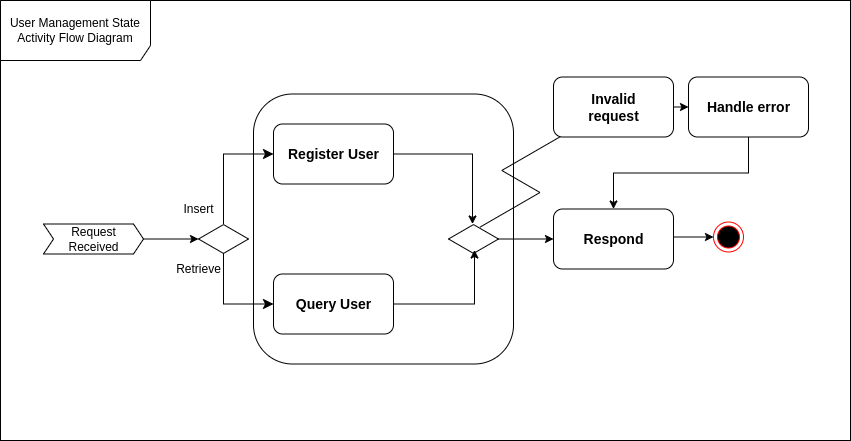
This is Assets/M3/UserManage_AFD.drawio.png from uvic-teach/project-m1-team9, a draw.io export, as it was before one commit. Source tidied: cells renumbered, new cells last; positions are measured from the earlier drawing's top-left corner, leaving out a move shared by most shapes. Source of this version:
```xml
<mxGraphModel>
  <root>
    <mxCell id="0" />
    <mxCell id="1" parent="0" />
    <mxCell id="2" style="rounded=0;whiteSpace=wrap;html=1;" parent="1" vertex="1">
      <mxGeometry width="850" height="440" as="geometry" />
    </mxCell>
    <mxCell id="3" style="rounded=1;whiteSpace=wrap;html=1;" parent="1" vertex="1">
      <mxGeometry x="253" y="93.5" width="260" height="270" as="geometry" />
    </mxCell>
    <mxCell id="4" value="Request&lt;br&gt;Received" style="html=1;shadow=0;dashed=0;align=center;verticalAlign=middle;shape=mxgraph.arrows2.arrow;dy=0;dx=10;notch=10;" parent="1" vertex="1">
      <mxGeometry x="43" y="223.5" width="100" height="30" as="geometry" />
    </mxCell>
    <mxCell id="5" style="html=1;whiteSpace=wrap;shape=isoRectangle;" parent="1" vertex="1">
      <mxGeometry x="198" y="223.5" width="50" height="30" as="geometry" />
    </mxCell>
    <mxCell id="6" style="edgeStyle=orthogonalEdgeStyle;rounded=0;jettySize=auto;html=1;exitX=1;exitY=0.5;exitDx=0;exitDy=0;exitPerimeter=0;" parent="1" edge="1" source="4" target="5">
      <mxGeometry relative="1" as="geometry" />
    </mxCell>
    <mxCell id="7" style="rounded=1;whiteSpace=wrap;html=1;" parent="1" vertex="1">
      <mxGeometry x="273" y="123.5" width="120" height="60" as="geometry" />
    </mxCell>
    <mxCell id="8" value="&lt;font style=&quot;font-size: 14px;&quot;&gt;Register User&lt;/font&gt;" style="text;align=center;fontStyle=1;verticalAlign=middle;spacingLeft=3;spacingRight=3;strokeColor=none;html=1;" parent="1" vertex="1">
      <mxGeometry x="293" y="140.5" width="80" height="26" as="geometry" />
    </mxCell>
    <mxCell id="9" style="edgeStyle=segmentEdgeStyle;endArrow=classic;html=1;curved=0;rounded=0;endSize=8;startSize=8;entryX=0;entryY=0.5;entryDx=0;entryDy=0;" parent="1" edge="1" target="7">
      <mxGeometry relative="1" as="geometry">
        <mxPoint x="223" y="223.5" as="sourcePoint" />
        <Array as="points">
          <mxPoint x="223" y="153.5" />
        </Array>
      </mxGeometry>
    </mxCell>
    <mxCell id="10" value="Insert" style="text;html=1;align=center;verticalAlign=middle;strokeColor=none;fillColor=none;" parent="1" vertex="1">
      <mxGeometry x="173" y="193.5" width="50" height="30" as="geometry" />
    </mxCell>
    <mxCell id="11" style="rounded=1;whiteSpace=wrap;html=1;" parent="1" vertex="1">
      <mxGeometry x="273" y="273.5" width="120" height="60" as="geometry" />
    </mxCell>
    <mxCell id="12" value="&lt;font style=&quot;font-size: 14px;&quot;&gt;Query User&lt;/font&gt;" style="text;align=center;fontStyle=1;verticalAlign=middle;spacingLeft=3;spacingRight=3;strokeColor=none;html=1;" parent="1" vertex="1">
      <mxGeometry x="293" y="290.5" width="80" height="26" as="geometry" />
    </mxCell>
    <mxCell id="13" style="edgeStyle=segmentEdgeStyle;endArrow=classic;html=1;curved=0;rounded=0;endSize=8;startSize=8;" parent="1" edge="1">
      <mxGeometry relative="1" as="geometry">
        <mxPoint x="223" y="253.5" as="sourcePoint" />
        <mxPoint x="273" y="303.5" as="targetPoint" />
        <Array as="points">
          <mxPoint x="223" y="252.5" />
          <mxPoint x="223" y="303.5" />
        </Array>
      </mxGeometry>
    </mxCell>
    <mxCell id="14" style="edgeStyle=isometricEdgeStyle;endArrow=none;html=1;rounded=0;entryX=0.067;entryY=0.983;entryDx=0;entryDy=0;entryPerimeter=0;" parent="1" edge="1" target="16">
      <mxGeometry relative="1" as="geometry">
        <mxPoint x="479.7" y="226.5" as="sourcePoint" />
      </mxGeometry>
    </mxCell>
    <mxCell id="15" style="edgeStyle=orthogonalEdgeStyle;rounded=0;jettySize=auto;html=1;exitX=1;exitY=0.5;exitDx=0;exitDy=0;entryX=0;entryY=0.5;entryDx=0;entryDy=0;" parent="1" edge="1" source="16" target="24">
      <mxGeometry relative="1" as="geometry" />
    </mxCell>
    <mxCell id="16" style="rounded=1;whiteSpace=wrap;html=1;" parent="1" vertex="1">
      <mxGeometry x="553" y="76.5" width="120" height="60" as="geometry" />
    </mxCell>
    <mxCell id="17" style="edgeStyle=orthogonalEdgeStyle;rounded=0;jettySize=auto;html=1;entryX=0;entryY=0.5;entryDx=0;entryDy=0;" parent="1" edge="1" source="18" target="26">
      <mxGeometry relative="1" as="geometry" />
    </mxCell>
    <mxCell id="18" style="html=1;whiteSpace=wrap;shape=isoRectangle;" parent="1" vertex="1">
      <mxGeometry x="448" y="223.5" width="50" height="30" as="geometry" />
    </mxCell>
    <mxCell id="19" style="edgeStyle=orthogonalEdgeStyle;rounded=0;jettySize=auto;html=1;entryX=0.48;entryY=0;entryDx=0;entryDy=0;entryPerimeter=0;" parent="1" edge="1" source="7" target="18">
      <mxGeometry relative="1" as="geometry" />
    </mxCell>
    <mxCell id="20" style="edgeStyle=orthogonalEdgeStyle;rounded=0;jettySize=auto;html=1;entryX=0.52;entryY=0.867;entryDx=0;entryDy=0;entryPerimeter=0;" parent="1" edge="1" source="11" target="18">
      <mxGeometry relative="1" as="geometry" />
    </mxCell>
    <mxCell id="21" value="&lt;font style=&quot;font-size: 14px;&quot;&gt;Invalid &lt;br&gt;request&lt;/font&gt;" style="text;align=center;fontStyle=1;verticalAlign=middle;spacingLeft=3;spacingRight=3;strokeColor=none;html=1;" parent="1" vertex="1">
      <mxGeometry x="573" y="93.5" width="80" height="26" as="geometry" />
    </mxCell>
    <mxCell id="22" value="Retrieve" style="text;html=1;align=center;verticalAlign=middle;strokeColor=none;fillColor=none;" parent="1" vertex="1">
      <mxGeometry x="163" y="253.5" width="70" height="30" as="geometry" />
    </mxCell>
    <mxCell id="23" style="edgeStyle=orthogonalEdgeStyle;rounded=0;jettySize=auto;html=1;exitX=0.5;exitY=1;exitDx=0;exitDy=0;entryX=0.5;entryY=0;entryDx=0;entryDy=0;" parent="1" edge="1" source="24" target="26">
      <mxGeometry relative="1" as="geometry" />
    </mxCell>
    <mxCell id="24" style="rounded=1;whiteSpace=wrap;html=1;" parent="1" vertex="1">
      <mxGeometry x="688" y="76.5" width="120" height="60" as="geometry" />
    </mxCell>
    <mxCell id="25" value="&lt;span style=&quot;font-size: 14px;&quot;&gt;Handle error&lt;/span&gt;" style="text;align=center;fontStyle=1;verticalAlign=middle;spacingLeft=3;spacingRight=3;strokeColor=none;html=1;" parent="1" vertex="1">
      <mxGeometry x="708" y="93.5" width="80" height="26" as="geometry" />
    </mxCell>
    <mxCell id="26" style="rounded=1;whiteSpace=wrap;html=1;" parent="1" vertex="1">
      <mxGeometry x="553" y="208.5" width="120" height="60" as="geometry" />
    </mxCell>
    <mxCell id="27" value="&lt;font style=&quot;font-size: 14px;&quot;&gt;Respond&lt;br&gt;&lt;/font&gt;" style="text;align=center;fontStyle=1;verticalAlign=middle;spacingLeft=3;spacingRight=3;strokeColor=none;html=1;" parent="1" vertex="1">
      <mxGeometry x="573" y="225.5" width="80" height="26" as="geometry" />
    </mxCell>
    <mxCell id="28" style="edgeStyle=orthogonalEdgeStyle;rounded=0;jettySize=auto;html=1;exitX=1;exitY=0.5;exitDx=0;exitDy=0;entryX=0;entryY=0.5;entryDx=0;entryDy=0;" parent="1" edge="1" target="29">
      <mxGeometry relative="1" as="geometry">
        <mxPoint x="673" y="221.5" as="sourcePoint" />
        <Array as="points">
          <mxPoint x="673" y="236.5" />
        </Array>
      </mxGeometry>
    </mxCell>
    <mxCell id="29" style="ellipse;html=1;shape=endState;fillColor=#000000;strokeColor=#ff0000;" parent="1" vertex="1">
      <mxGeometry x="713" y="221.5" width="30" height="30" as="geometry" />
    </mxCell>
    <mxCell id="30" value="User Management State Activity Flow Diagram" style="shape=umlFrame;whiteSpace=wrap;html=1;width=150;height=60;" parent="1" vertex="1">
      <mxGeometry width="850" height="440" as="geometry" />
    </mxCell>
  </root>
</mxGraphModel>
```
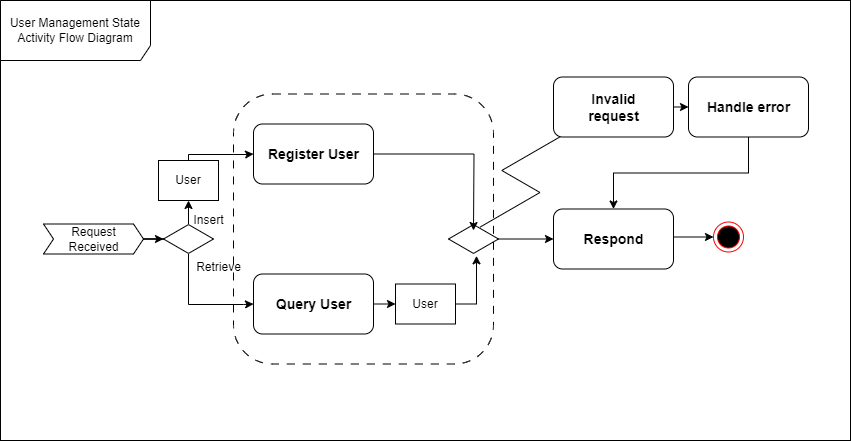
The same file after the commit.

Change to the diagram source:
```diff
@@ -5,51 +5,47 @@
     <mxCell id="2" style="rounded=0;whiteSpace=wrap;html=1;" parent="1" vertex="1">
       <mxGeometry width="850" height="440" as="geometry" />
     </mxCell>
-    <mxCell id="3" style="rounded=1;whiteSpace=wrap;html=1;" parent="1" vertex="1">
-      <mxGeometry x="253" y="93.5" width="260" height="270" as="geometry" />
+    <mxCell id="3" style="rounded=1;whiteSpace=wrap;html=1;dashed=1;dashPattern=8 8;" parent="1" vertex="1">
+      <mxGeometry x="233" y="93.5" width="260" height="270" as="geometry" />
     </mxCell>
     <mxCell id="4" value="Request&lt;br&gt;Received" style="html=1;shadow=0;dashed=0;align=center;verticalAlign=middle;shape=mxgraph.arrows2.arrow;dy=0;dx=10;notch=10;" parent="1" vertex="1">
       <mxGeometry x="43" y="223.5" width="100" height="30" as="geometry" />
     </mxCell>
+    <mxCell id="31" style="edgeStyle=orthogonalEdgeStyle;rounded=0;jettySize=auto;html=1;entryX=0;entryY=0.5;entryDx=0;entryDy=0;" parent="1" edge="1" source="5" target="11">
+      <mxGeometry relative="1" as="geometry">
+        <Array as="points">
+          <mxPoint x="188" y="304" />
+          <mxPoint x="243" y="304" />
+        </Array>
+      </mxGeometry>
+    </mxCell>
+    <mxCell id="32" style="edgeStyle=orthogonalEdgeStyle;rounded=0;jettySize=auto;html=1;entryX=0.5;entryY=1;entryDx=0;entryDy=0;" parent="1" edge="1" source="5" target="35">
+      <mxGeometry relative="1" as="geometry" />
+    </mxCell>
     <mxCell id="5" style="html=1;whiteSpace=wrap;shape=isoRectangle;" parent="1" vertex="1">
-      <mxGeometry x="198" y="223.5" width="50" height="30" as="geometry" />
+      <mxGeometry x="163" y="223.5" width="50" height="30" as="geometry" />
     </mxCell>
     <mxCell id="6" style="edgeStyle=orthogonalEdgeStyle;rounded=0;jettySize=auto;html=1;exitX=1;exitY=0.5;exitDx=0;exitDy=0;exitPerimeter=0;" parent="1" edge="1" source="4" target="5">
       <mxGeometry relative="1" as="geometry" />
     </mxCell>
     <mxCell id="7" style="rounded=1;whiteSpace=wrap;html=1;" parent="1" vertex="1">
-      <mxGeometry x="273" y="123.5" width="120" height="60" as="geometry" />
+      <mxGeometry x="253" y="123.5" width="120" height="60" as="geometry" />
     </mxCell>
     <mxCell id="8" value="&lt;font style=&quot;font-size: 14px;&quot;&gt;Register User&lt;/font&gt;" style="text;align=center;fontStyle=1;verticalAlign=middle;spacingLeft=3;spacingRight=3;strokeColor=none;html=1;" parent="1" vertex="1">
-      <mxGeometry x="293" y="140.5" width="80" height="26" as="geometry" />
+      <mxGeometry x="273" y="140.5" width="80" height="26" as="geometry" />
     </mxCell>
-    <mxCell id="9" style="edgeStyle=segmentEdgeStyle;endArrow=classic;html=1;curved=0;rounded=0;endSize=8;startSize=8;entryX=0;entryY=0.5;entryDx=0;entryDy=0;" parent="1" edge="1" target="7">
-      <mxGeometry relative="1" as="geometry">
-        <mxPoint x="223" y="223.5" as="sourcePoint" />
-        <Array as="points">
-          <mxPoint x="223" y="153.5" />
-        </Array>
-      </mxGeometry>
-    </mxCell>
     <mxCell id="10" value="Insert" style="text;html=1;align=center;verticalAlign=middle;strokeColor=none;fillColor=none;" parent="1" vertex="1">
-      <mxGeometry x="173" y="193.5" width="50" height="30" as="geometry" />
+      <mxGeometry x="183" y="205" width="50" height="30" as="geometry" />
     </mxCell>
+    <mxCell id="33" style="edgeStyle=orthogonalEdgeStyle;rounded=0;jettySize=auto;html=1;exitX=1;exitY=0.5;exitDx=0;exitDy=0;entryX=0;entryY=0.5;entryDx=0;entryDy=0;" parent="1" edge="1" source="11" target="36">
+      <mxGeometry relative="1" as="geometry" />
+    </mxCell>
     <mxCell id="11" style="rounded=1;whiteSpace=wrap;html=1;" parent="1" vertex="1">
-      <mxGeometry x="273" y="273.5" width="120" height="60" as="geometry" />
+      <mxGeometry x="253" y="273.5" width="120" height="60" as="geometry" />
     </mxCell>
     <mxCell id="12" value="&lt;font style=&quot;font-size: 14px;&quot;&gt;Query User&lt;/font&gt;" style="text;align=center;fontStyle=1;verticalAlign=middle;spacingLeft=3;spacingRight=3;strokeColor=none;html=1;" parent="1" vertex="1">
-      <mxGeometry x="293" y="290.5" width="80" height="26" as="geometry" />
+      <mxGeometry x="273" y="290.5" width="80" height="26" as="geometry" />
     </mxCell>
-    <mxCell id="13" style="edgeStyle=segmentEdgeStyle;endArrow=classic;html=1;curved=0;rounded=0;endSize=8;startSize=8;" parent="1" edge="1">
-      <mxGeometry relative="1" as="geometry">
-        <mxPoint x="223" y="253.5" as="sourcePoint" />
-        <mxPoint x="273" y="303.5" as="targetPoint" />
-        <Array as="points">
-          <mxPoint x="223" y="252.5" />
-          <mxPoint x="223" y="303.5" />
-        </Array>
-      </mxGeometry>
-    </mxCell>
     <mxCell id="14" style="edgeStyle=isometricEdgeStyle;endArrow=none;html=1;rounded=0;entryX=0.067;entryY=0.983;entryDx=0;entryDy=0;entryPerimeter=0;" parent="1" edge="1" target="16">
       <mxGeometry relative="1" as="geometry">
         <mxPoint x="479.7" y="226.5" as="sourcePoint" />
@@ -67,17 +63,11 @@
     <mxCell id="18" style="html=1;whiteSpace=wrap;shape=isoRectangle;" parent="1" vertex="1">
       <mxGeometry x="448" y="223.5" width="50" height="30" as="geometry" />
     </mxCell>
-    <mxCell id="19" style="edgeStyle=orthogonalEdgeStyle;rounded=0;jettySize=auto;html=1;entryX=0.48;entryY=0;entryDx=0;entryDy=0;entryPerimeter=0;" parent="1" edge="1" source="7" target="18">
-      <mxGeometry relative="1" as="geometry" />
-    </mxCell>
-    <mxCell id="20" style="edgeStyle=orthogonalEdgeStyle;rounded=0;jettySize=auto;html=1;entryX=0.52;entryY=0.867;entryDx=0;entryDy=0;entryPerimeter=0;" parent="1" edge="1" source="11" target="18">
-      <mxGeometry relative="1" as="geometry" />
-    </mxCell>
     <mxCell id="21" value="&lt;font style=&quot;font-size: 14px;&quot;&gt;Invalid &lt;br&gt;request&lt;/font&gt;" style="text;align=center;fontStyle=1;verticalAlign=middle;spacingLeft=3;spacingRight=3;strokeColor=none;html=1;" parent="1" vertex="1">
       <mxGeometry x="573" y="93.5" width="80" height="26" as="geometry" />
     </mxCell>
     <mxCell id="22" value="Retrieve" style="text;html=1;align=center;verticalAlign=middle;strokeColor=none;fillColor=none;" parent="1" vertex="1">
-      <mxGeometry x="163" y="253.5" width="70" height="30" as="geometry" />
+      <mxGeometry x="183" y="251.5" width="70" height="30" as="geometry" />
     </mxCell>
     <mxCell id="23" style="edgeStyle=orthogonalEdgeStyle;rounded=0;jettySize=auto;html=1;exitX=0.5;exitY=1;exitDx=0;exitDy=0;entryX=0.5;entryY=0;entryDx=0;entryDy=0;" parent="1" edge="1" source="24" target="26">
       <mxGeometry relative="1" as="geometry" />
@@ -108,5 +98,31 @@
     <mxCell id="30" value="User Management State Activity Flow Diagram" style="shape=umlFrame;whiteSpace=wrap;html=1;width=150;height=60;" parent="1" vertex="1">
       <mxGeometry width="850" height="440" as="geometry" />
     </mxCell>
+    <mxCell id="34" style="edgeStyle=orthogonalEdgeStyle;rounded=0;jettySize=auto;html=1;exitX=0.5;exitY=0;exitDx=0;exitDy=0;entryX=0;entryY=0.5;entryDx=0;entryDy=0;" parent="1" edge="1" source="35" target="7">
+      <mxGeometry relative="1" as="geometry">
+        <Array as="points">
+          <mxPoint x="188" y="154" />
+          <mxPoint x="246" y="154" />
+        </Array>
+      </mxGeometry>
+    </mxCell>
+    <mxCell id="35" value="User" style="rounded=0;whiteSpace=wrap;html=1;" parent="1" vertex="1">
+      <mxGeometry x="158" y="160" width="60" height="40" as="geometry" />
+    </mxCell>
+    <mxCell id="36" value="User" style="rounded=0;whiteSpace=wrap;html=1;" parent="1" vertex="1">
+      <mxGeometry x="395" y="283.5" width="60" height="40" as="geometry" />
+    </mxCell>
+    <mxCell id="37" style="edgeStyle=orthogonalEdgeStyle;rounded=0;jettySize=auto;html=1;exitX=1;exitY=0.5;exitDx=0;exitDy=0;entryX=0.56;entryY=1.061;entryDx=0;entryDy=0;entryPerimeter=0;" parent="1" edge="1" source="36" target="18">
+      <mxGeometry relative="1" as="geometry">
+        <Array as="points">
+          <mxPoint x="476" y="304" />
+        </Array>
+      </mxGeometry>
+    </mxCell>
+    <mxCell id="38" style="edgeStyle=orthogonalEdgeStyle;rounded=0;jettySize=auto;html=1;exitX=1;exitY=0.5;exitDx=0;exitDy=0;" parent="1" edge="1" source="7">
+      <mxGeometry relative="1" as="geometry">
+        <mxPoint x="473" y="230" as="targetPoint" />
+      </mxGeometry>
+    </mxCell>
   </root>
 </mxGraphModel>
```
